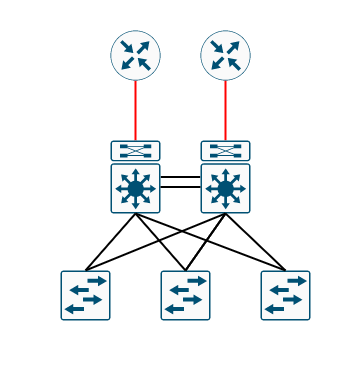
The draw.io diagram organisation/site-A/site-A-network.drawio.png in dsinghx/nd-as-code, before a commit. Source tidied: cells renumbered, new cells last; positions are measured from the earlier drawing's top-left corner, leaving out a move shared by most shapes. Source of this version:
```xml
<mxGraphModel>
  <root>
    <mxCell id="0" />
    <mxCell id="1" parent="0" />
    <mxCell id="2" style="rounded=0;whiteSpace=wrap;html=1;strokeColor=none;" parent="1" vertex="1">
      <mxGeometry width="350" height="380" as="geometry" />
    </mxCell>
    <mxCell id="3" style="points=[[0.5,0,0],[1,0.5,0],[0.5,1,0],[0,0.5,0],[0.145,0.145,0],[0.8555,0.145,0],[0.855,0.8555,0],[0.145,0.855,0]];verticalLabelPosition=bottom;html=1;verticalAlign=top;align=center;shape=mxgraph.cisco19.rect;prIcon=router;fillColor=#FAFAFA;strokeColor=#005073;" parent="1" vertex="1">
      <mxGeometry x="110" y="30" width="50" height="50" as="geometry" />
    </mxCell>
    <mxCell id="4" style="edgeStyle=none;rounded=0;jettySize=auto;html=1;exitX=0.5;exitY=0;exitDx=0;exitDy=0;exitPerimeter=0;entryX=0.5;entryY=1;entryDx=0;entryDy=0;entryPerimeter=0;endArrow=none;endFill=0;strokeWidth=2;strokeColor=#FF0000;" parent="1" edge="1" source="6" target="3">
      <mxGeometry relative="1" as="geometry" />
    </mxCell>
    <mxCell id="5" style="edgeStyle=none;rounded=0;jettySize=auto;html=1;exitX=1;exitY=0.5;exitDx=0;exitDy=0;exitPerimeter=0;entryX=0;entryY=0.5;entryDx=0;entryDy=0;entryPerimeter=0;endArrow=none;endFill=0;strokeWidth=2;" parent="1" edge="1" source="6" target="12">
      <mxGeometry relative="1" as="geometry" />
    </mxCell>
    <mxCell id="6" style="points=[[0.015,0.015,0],[0.985,0.015,0],[0.985,0.985,0],[0.015,0.985,0],[0.25,0,0],[0.5,0,0],[0.75,0,0],[1,0.25,0],[1,0.5,0],[1,0.75,0],[0.75,1,0],[0.5,1,0],[0.25,1,0],[0,0.75,0],[0,0.5,0],[0,0.25,0]];verticalLabelPosition=bottom;html=1;verticalAlign=top;align=center;shape=mxgraph.cisco19.rect;prIcon=l3_modular;fillColor=#FAFAFA;strokeColor=#005073;fontStyle=1;" parent="1" vertex="1">
      <mxGeometry x="110" y="140" width="50" height="73" as="geometry" />
    </mxCell>
    <mxCell id="7" style="rounded=0;jettySize=auto;html=1;exitX=0.5;exitY=0;exitDx=0;exitDy=0;exitPerimeter=0;entryX=0.5;entryY=1;entryDx=0;entryDy=0;entryPerimeter=0;endArrow=none;endFill=0;strokeWidth=2;" parent="1" edge="1" source="8" target="6">
      <mxGeometry relative="1" as="geometry" />
    </mxCell>
    <mxCell id="8" style="points=[[0.015,0.015,0],[0.985,0.015,0],[0.985,0.985,0],[0.015,0.985,0],[0.25,0,0],[0.5,0,0],[0.75,0,0],[1,0.25,0],[1,0.5,0],[1,0.75,0],[0.75,1,0],[0.5,1,0],[0.25,1,0],[0,0.75,0],[0,0.5,0],[0,0.25,0]];verticalLabelPosition=bottom;html=1;verticalAlign=top;align=center;shape=mxgraph.cisco19.rect;prIcon=l2_switch;fillColor=#FAFAFA;strokeColor=#005073;" parent="1" vertex="1">
      <mxGeometry x="60" y="270" width="50" height="50" as="geometry" />
    </mxCell>
    <mxCell id="9" style="points=[[0.015,0.015,0],[0.985,0.015,0],[0.985,0.985,0],[0.015,0.985,0],[0.25,0,0],[0.5,0,0],[0.75,0,0],[1,0.25,0],[1,0.5,0],[1,0.75,0],[0.75,1,0],[0.5,1,0],[0.25,1,0],[0,0.75,0],[0,0.5,0],[0,0.25,0]];verticalLabelPosition=bottom;html=1;verticalAlign=top;align=center;shape=mxgraph.cisco19.rect;prIcon=l2_switch;fillColor=#FAFAFA;strokeColor=#005073;" parent="1" vertex="1">
      <mxGeometry x="160" y="270" width="50" height="50" as="geometry" />
    </mxCell>
    <mxCell id="10" style="points=[[0.015,0.015,0],[0.985,0.015,0],[0.985,0.985,0],[0.015,0.985,0],[0.25,0,0],[0.5,0,0],[0.75,0,0],[1,0.25,0],[1,0.5,0],[1,0.75,0],[0.75,1,0],[0.5,1,0],[0.25,1,0],[0,0.75,0],[0,0.5,0],[0,0.25,0]];verticalLabelPosition=bottom;html=1;verticalAlign=top;align=center;shape=mxgraph.cisco19.rect;prIcon=l2_switch;fillColor=#FAFAFA;strokeColor=#005073;" parent="1" vertex="1">
      <mxGeometry x="260" y="270" width="50" height="50" as="geometry" />
    </mxCell>
    <mxCell id="11" style="edgeStyle=none;rounded=0;jettySize=auto;html=1;exitX=0.5;exitY=0;exitDx=0;exitDy=0;exitPerimeter=0;entryX=0.5;entryY=1;entryDx=0;entryDy=0;entryPerimeter=0;endArrow=none;endFill=0;strokeWidth=2;strokeColor=#FF0000;" parent="1" edge="1" source="12" target="13">
      <mxGeometry relative="1" as="geometry" />
    </mxCell>
    <mxCell id="12" style="points=[[0.015,0.015,0],[0.985,0.015,0],[0.985,0.985,0],[0.015,0.985,0],[0.25,0,0],[0.5,0,0],[0.75,0,0],[1,0.25,0],[1,0.5,0],[1,0.75,0],[0.75,1,0],[0.5,1,0],[0.25,1,0],[0,0.75,0],[0,0.5,0],[0,0.25,0]];verticalLabelPosition=bottom;html=1;verticalAlign=top;align=center;shape=mxgraph.cisco19.rect;prIcon=l3_modular;fillColor=#FAFAFA;strokeColor=#005073;fontStyle=1;" parent="1" vertex="1">
      <mxGeometry x="200" y="140" width="50" height="73" as="geometry" />
    </mxCell>
    <mxCell id="13" style="points=[[0.5,0,0],[1,0.5,0],[0.5,1,0],[0,0.5,0],[0.145,0.145,0],[0.8555,0.145,0],[0.855,0.8555,0],[0.145,0.855,0]];verticalLabelPosition=bottom;html=1;verticalAlign=top;align=center;shape=mxgraph.cisco19.rect;prIcon=router;fillColor=#FAFAFA;strokeColor=#005073;" parent="1" vertex="1">
      <mxGeometry x="200" y="30" width="50" height="50" as="geometry" />
    </mxCell>
    <mxCell id="14" style="rounded=0;jettySize=auto;html=1;exitX=0.5;exitY=0;exitDx=0;exitDy=0;exitPerimeter=0;entryX=0.5;entryY=1;entryDx=0;entryDy=0;entryPerimeter=0;endArrow=none;endFill=0;strokeWidth=2;" parent="1" edge="1" source="8" target="12">
      <mxGeometry relative="1" as="geometry" />
    </mxCell>
    <mxCell id="15" style="rounded=0;jettySize=auto;html=1;entryX=0.5;entryY=1;entryDx=0;entryDy=0;entryPerimeter=0;endArrow=none;endFill=0;strokeWidth=2;exitX=0.5;exitY=0;exitDx=0;exitDy=0;exitPerimeter=0;" parent="1" edge="1" source="9" target="6">
      <mxGeometry relative="1" as="geometry" />
    </mxCell>
    <mxCell id="16" style="rounded=0;jettySize=auto;html=1;exitX=0.5;exitY=0;exitDx=0;exitDy=0;exitPerimeter=0;entryX=0.5;entryY=1;entryDx=0;entryDy=0;entryPerimeter=0;endArrow=none;endFill=0;strokeWidth=2;" parent="1" edge="1" source="9" target="12">
      <mxGeometry relative="1" as="geometry" />
    </mxCell>
    <mxCell id="17" style="rounded=0;jettySize=auto;html=1;exitX=0.5;exitY=0;exitDx=0;exitDy=0;exitPerimeter=0;entryX=0.5;entryY=1;entryDx=0;entryDy=0;entryPerimeter=0;endArrow=none;endFill=0;strokeWidth=2;" parent="1" edge="1" source="10" target="12">
      <mxGeometry relative="1" as="geometry" />
    </mxCell>
    <mxCell id="18" style="rounded=0;jettySize=auto;html=1;entryX=0.5;entryY=1;entryDx=0;entryDy=0;entryPerimeter=0;endArrow=none;endFill=0;strokeWidth=2;exitX=0.5;exitY=0;exitDx=0;exitDy=0;exitPerimeter=0;" parent="1" edge="1" source="9" target="12">
      <mxGeometry relative="1" as="geometry" />
    </mxCell>
    <mxCell id="19" style="rounded=0;jettySize=auto;html=1;exitX=0.5;exitY=0;exitDx=0;exitDy=0;exitPerimeter=0;entryX=0.5;entryY=1;entryDx=0;entryDy=0;entryPerimeter=0;endArrow=none;endFill=0;strokeWidth=2;" parent="1" edge="1" source="10" target="6">
      <mxGeometry relative="1" as="geometry" />
    </mxCell>
    <mxCell id="20" style="edgeStyle=none;rounded=0;orthogonalLoop=1;jettySize=auto;html=1;exitX=1;exitY=0.5;exitDx=0;exitDy=0;exitPerimeter=0;entryX=0;entryY=0.5;entryDx=0;entryDy=0;entryPerimeter=0;endArrow=none;endFill=0;strokeWidth=2;" parent="1" edge="1">
      <mxGeometry relative="1" as="geometry">
        <mxPoint x="160" y="186.5" as="sourcePoint" />
        <mxPoint x="200" y="186.5" as="targetPoint" />
      </mxGeometry>
    </mxCell>
  </root>
</mxGraphModel>
```
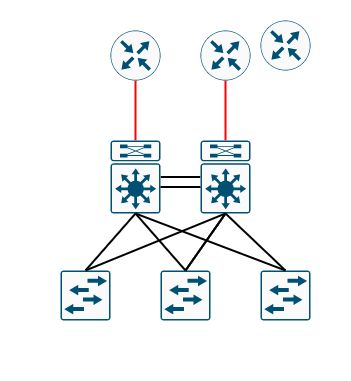
After the change.

The edit, as a diff of the source:
```diff
@@ -62,5 +62,8 @@
         <mxPoint x="200" y="186.5" as="targetPoint" />
       </mxGeometry>
     </mxCell>
+    <mxCell id="21" style="verticalLabelPosition=bottom;html=1;verticalAlign=top;align=center;shape=mxgraph.cisco19.rect;prIcon=router;fillColor=#FAFAFA;strokeColor=#005073;" parent="1" vertex="1">
+      <mxGeometry x="260" y="20" width="50" height="50" as="geometry" />
+    </mxCell>
   </root>
 </mxGraphModel>
```
